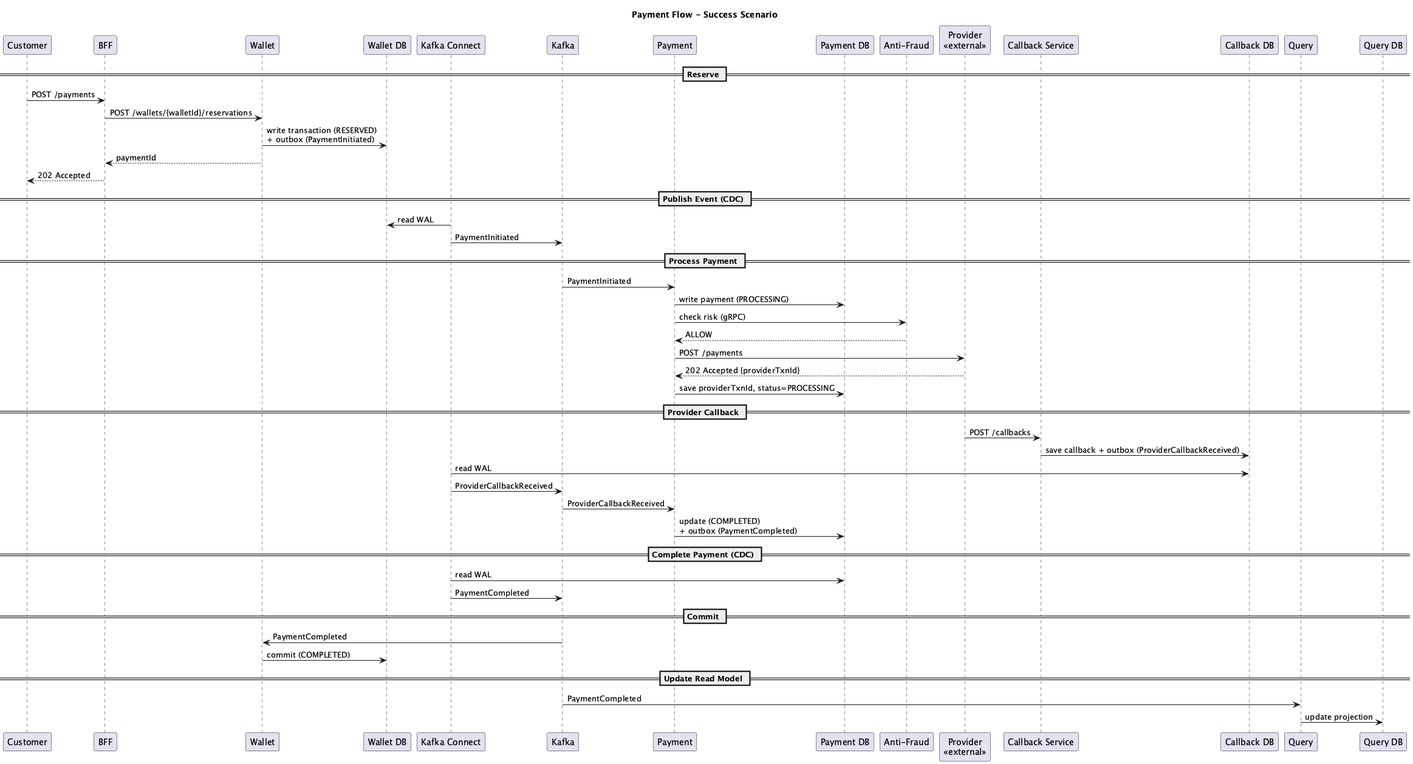
Before: diagrams/seq/seq-success.png, a diagram exported from PlantUML (krsvyat/system-design).
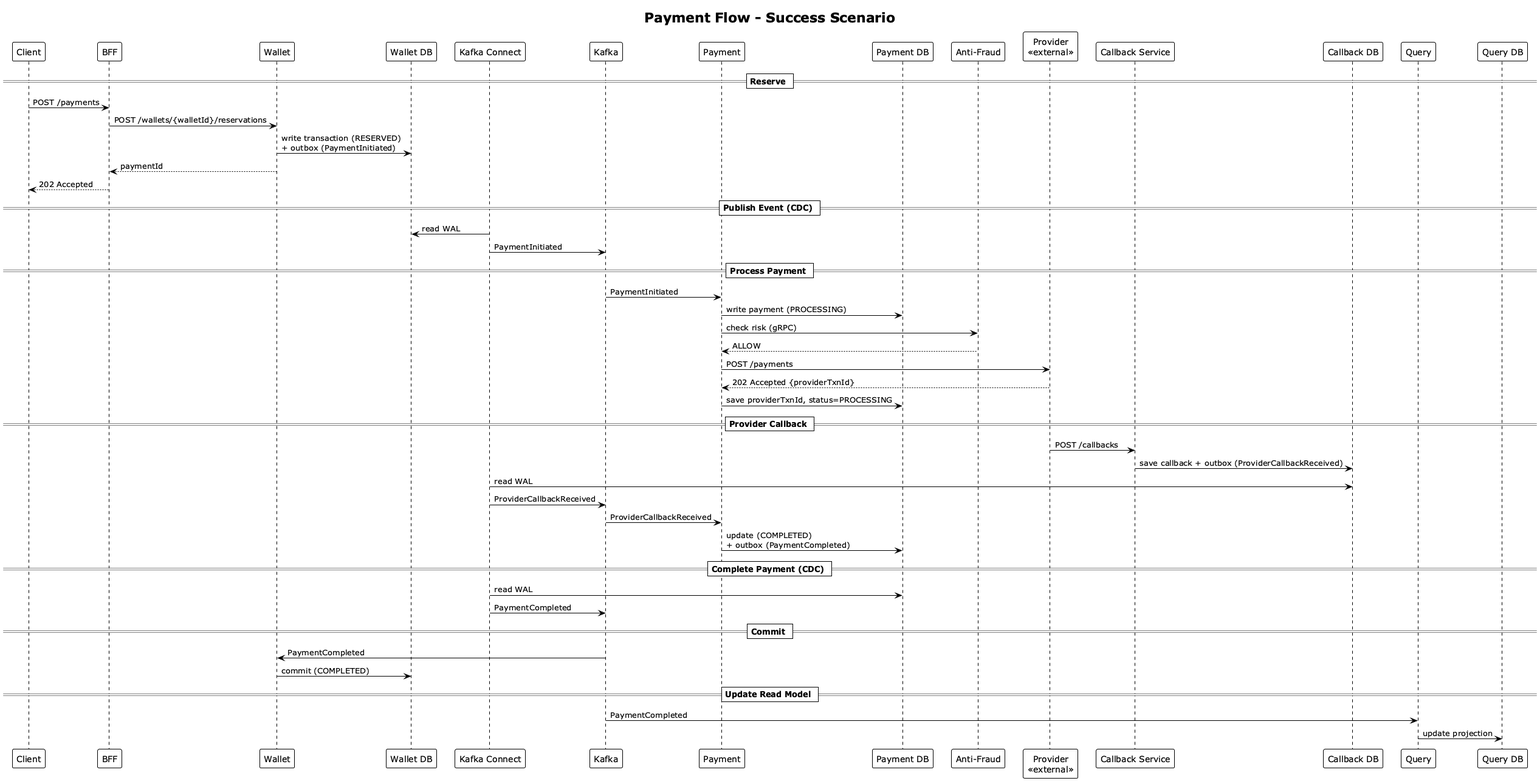
Above is the later version.

The edit, as a diff of the source:
```diff
@@ -1,7 +1,9 @@
 @startuml seq-success
+!theme plain
+
 title Payment Flow - Success Scenario
 
-participant Customer
+participant "Client" as Customer
 participant BFF
 participant Wallet
 participant "Wallet DB" as WalletDB
```
